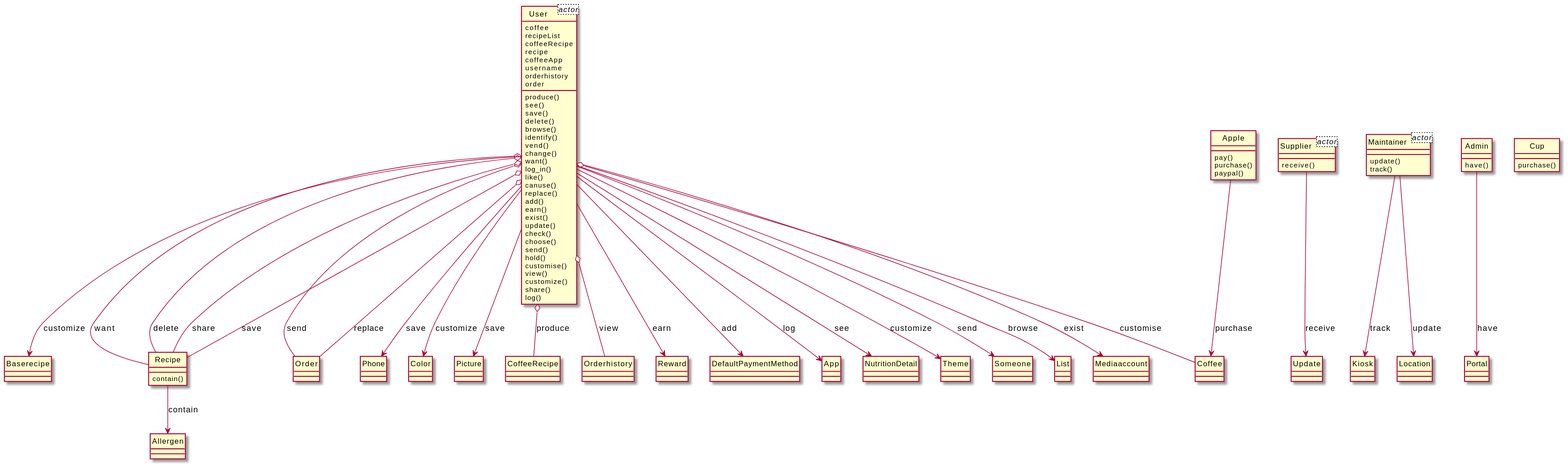
Above: output/diagram_5/2018-USC-Project05.svg in xixixhalu/DomainModelExtractor (PlantUML), before the change.
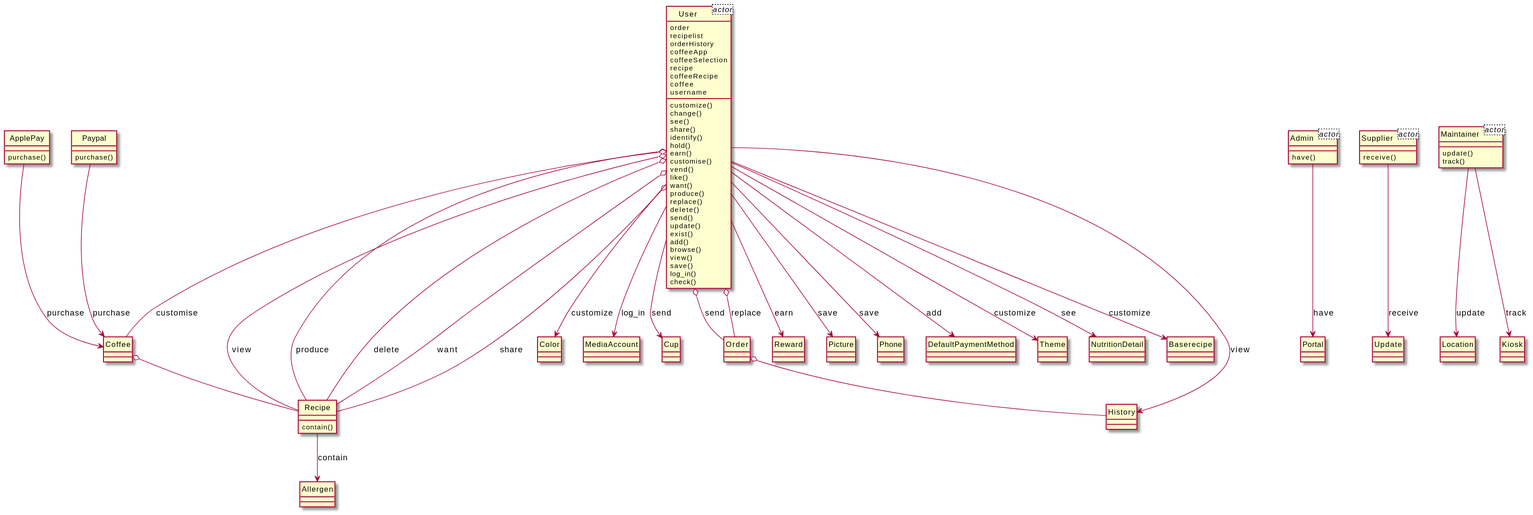
The same diagram one commit later.

The edit, as a diff of the source:
```diff
@@ -1,135 +1,128 @@
 @startuml
 hide circle
 class User<actor> {
+	order
+	recipelist
+	orderHistory
+	coffeeApp
+	coffeeSelection
+	recipe
+	coffeeRecipe
 	coffee
-	recipeList
-	coffeeRecipe
-	recipe
-	coffeeApp
 	username
-	orderhistory
-	order
+}
+class Admin<actor> {
 }
 class Supplier<actor> {
 }
 class Maintainer<actor> {
 }
-class User {
-	produce()
-	see()
-	save()
-	delete()
-	browse()
-	identify()
-	vend()
-	change()
-	want()
-	log_in()
-	like()
-	canuse()
-	replace()
-	add()
-	earn()
-	exist()
-	update()
-	check()
-	choose()
-	send()
-	hold()
-	customise()
-	view()
-	customize()
-	share()
-	log()
+class History {
 }
 class Supplier {
 	receive()
 }
-class Mediaaccount {
+class Update {
 }
-class Baserecipe {
+class User {
+	customize()
+	change()
+	see()
+	share()
+	identify()
+	hold()
+	earn()
+	customise()
+	vend()
+	like()
+	want()
+	produce()
+	replace()
+	delete()
+	send()
+	update()
+	exist()
+	add()
+	browse()
+	view()
+	save()
+	log_in()
+	check()
+}
+class Recipe {
+	contain()
 }
 class Maintainer {
 	update()
 	track()
 }
-class Recipe {
-	contain()
-}
 class Order {
 }
-class Phone {
+class Coffee {
+}
+class Location {
 }
 class Color {
 }
-class Apple {
-	pay()
+class MediaAccount {
+}
+class ApplePay {
 	purchase()
-	paypal()
-}
-class Picture {
 }
 class Kiosk {
 }
-class Coffee {
+class Paypal {
+	purchase()
+}
+class Cup {
+}
+class Reward {
+}
+class Allergen {
 }
 class Admin {
 	have()
 }
 class Portal {
 }
-class CoffeeRecipe {
+class Picture {
 }
-class Orderhistory {
-}
-class Reward {
+class Phone {
 }
 class DefaultPaymentMethod {
 }
-class Cup {
-	purchase()
-}
-class App {
-}
-class Location {
-}
-class Allergen {
+class Theme {
 }
 class NutritionDetail {
 }
-class Theme {
+class Baserecipe {
 }
-class Someone {
-}
-class Update {
-}
-class List {
-}
+User o-- Recipe : view
+User o-- Order : replace
+User o-- Order : send
+User o-- Coffee : customise
+User --> History : view
+Order o-- History
+User o-- Recipe : produce
+Maintainer --> Location : update
+Admin --> Portal : have
+User --> Color : customize
+User --> Picture : save
+User --> MediaAccount : log_in
+ApplePay --> Coffee : purchase
 User --> Phone : save
-User --> List : browse
-User o-- Order : send
-User --> Mediaaccount : exist
-User --> Color : customize
 User --> DefaultPaymentMethod : add
+User o-- Recipe : delete
+Maintainer --> Kiosk : track
+Paypal --> Coffee : purchase
+User o-- Recipe : want
+User --> Theme : customize
+User --> Cup : send
+User --> NutritionDetail : see
 User o-- Recipe : share
-User o-- Recipe : save
-User o-- Recipe : want
-User --> App : log
-Maintainer --> Location : update
-User --> Picture : save
+User --> Reward : earn
+User --> Baserecipe : customize
 Recipe --> Allergen : contain
-Maintainer --> Kiosk : track
-User --> Baserecipe : customize
-User --> NutritionDetail : see
-Apple --> Coffee : purchase
-User --> Reward : earn
-User --> Theme : customize
-User o-- Recipe : delete
-Admin --> Portal : have
-User --> Someone : send
-User o-- Order : replace
-User o-- CoffeeRecipe : produce
+Coffee o-- Recipe
 Supplier --> Update : receive
-User o-- Orderhistory : view
-User o-- Coffee : customise
 @enduml
```
